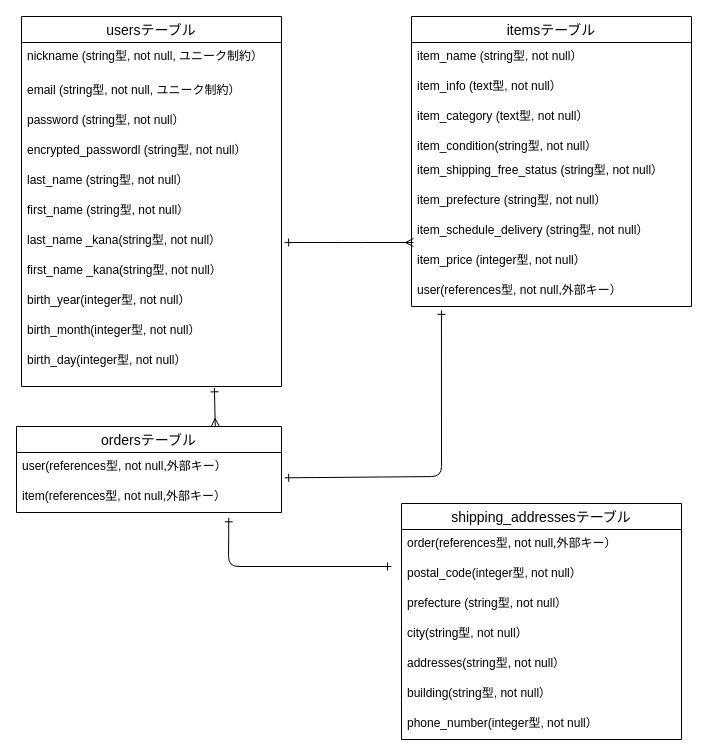
This is furima.dio from kyoko-u/furima-40461, a draw.io file, before an edit. Source tidied: cells renumbered, new cells numbered last; positions are measured from the earlier drawing's top-left corner, leaving out a move shared by most shapes. Both pictures are drawn from the tidied source at 100%, with x=0, y=0 at pixel (16, 16).
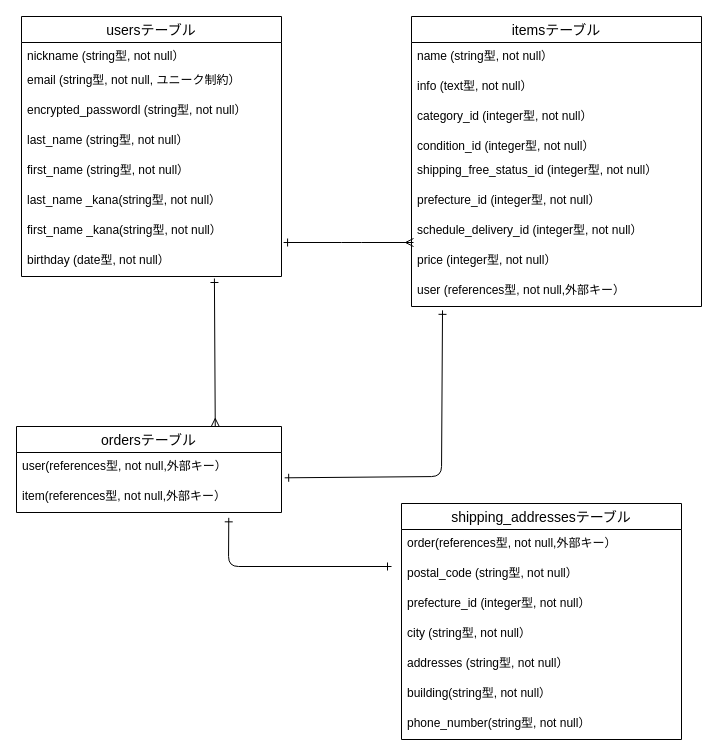
After the change.

Commit message (it also covers changes not shown here):
データベース設計。修正

Unchanged cells that the change refers to:
```xml
<mxCell id="3" value="ordersテーブル" style="swimlane;fontStyle=0;horizontal=1;startSize=26;align=center;fontSize=14;" parent="1" vertex="1">
  <mxGeometry y="410" width="265" height="86" as="geometry" />
</mxCell>
<mxCell id="23" value="shipping_addressesテーブル" style="swimlane;fontStyle=0;horizontal=1;startSize=26;align=center;fontSize=14;" parent="1" vertex="1">
  <mxGeometry x="385" y="487" width="280" height="236" as="geometry" />
</mxCell>
```

The edit, as a diff of the source:
```diff
@@
-    <mxCell id="2" style="edgeStyle=none;html=1;exitX=0.75;exitY=0;exitDx=0;exitDy=0;entryX=0.742;entryY=1.007;entryDx=0;entryDy=0;entryPerimeter=0;startArrow=ERmany;startFill=0;endArrow=ERone;endFill=0;" parent="1" edge="1" source="3" target="12">
+    <mxCell id="2" style="edgeStyle=none;html=1;exitX=0.75;exitY=0;exitDx=0;exitDy=0;entryX=0.742;entryY=1.067;entryDx=0;entryDy=0;entryPerimeter=0;startArrow=ERmany;startFill=0;endArrow=ERone;endFill=0;" parent="1" edge="1" source="3" target="39">
       <mxGeometry relative="1" as="geometry" />
     </mxCell>
@@
     <mxCell id="6" value="usersテーブル" style="swimlane;fontStyle=0;horizontal=1;startSize=26;align=center;fontSize=14;" parent="1" vertex="1">
-      <mxGeometry x="5" width="260" height="370" as="geometry" />
+      <mxGeometry x="5" width="260" height="260" as="geometry" />
     </mxCell>
-    <mxCell id="7" value="nickname (string型, not null, ユニーク制約）" style="text;strokeColor=none;fillColor=none;spacingLeft=4;spacingRight=4;overflow=hidden;fontSize=12;" parent="6" vertex="1">
-      <mxGeometry y="26" width="260" height="34" as="geometry" />
+    <mxCell id="7" value="nickname (string型, not null）" style="text;strokeColor=none;fillColor=none;spacingLeft=4;spacingRight=4;overflow=hidden;fontSize=12;" parent="6" vertex="1">
+      <mxGeometry y="26" width="260" height="24" as="geometry" />
     </mxCell>
     <mxCell id="8" value="email (string型, not null, ユニーク制約）" style="text;strokeColor=none;fillColor=none;spacingLeft=4;spacingRight=4;overflow=hidden;fontSize=12;" parent="6" vertex="1">
-      <mxGeometry y="60" width="260" height="30" as="geometry" />
+      <mxGeometry y="50" width="260" height="30" as="geometry" />
     </mxCell>
-    <mxCell id="9" value="password (string型, not null）&#10;" style="text;strokeColor=none;fillColor=none;spacingLeft=4;spacingRight=4;overflow=hidden;fontSize=12;" parent="6" vertex="1">
-      <mxGeometry y="90" width="260" height="30" as="geometry" />
-    </mxCell>
     <mxCell id="10" value="encrypted_passwordl (string型, not null）&#10;" style="text;strokeColor=none;fillColor=none;spacingLeft=4;spacingRight=4;overflow=hidden;fontSize=12;" parent="6" vertex="1">
-      <mxGeometry y="120" width="260" height="30" as="geometry" />
+      <mxGeometry y="80" width="260" height="30" as="geometry" />
     </mxCell>
     <mxCell id="11" value="last_name (string型, not null）&#10;" style="text;strokeColor=none;fillColor=none;spacingLeft=4;spacingRight=4;overflow=hidden;fontSize=12;" parent="6" vertex="1">
-      <mxGeometry y="150" width="260" height="30" as="geometry" />
+      <mxGeometry y="110" width="260" height="30" as="geometry" />
     </mxCell>
-    <mxCell id="12" value="first_name (string型, not null）&#10;" style="text;strokeColor=none;fillColor=none;spacingLeft=4;spacingRight=4;overflow=hidden;points=[[0,0.5],[1,0.5]];portConstraint=eastwest;fontSize=12;" parent="6" vertex="1">
-      <mxGeometry y="180" width="260" height="190" as="geometry" />
+    <mxCell id="12" value="first_name (string型, not null）" style="text;strokeColor=none;fillColor=none;spacingLeft=4;spacingRight=4;overflow=hidden;points=[[0,0.5],[1,0.5]];portConstraint=eastwest;fontSize=12;" parent="6" vertex="1">
+      <mxGeometry y="140" width="260" height="30" as="geometry" />
     </mxCell>
+    <mxCell id="32" value="last_name _kana(string型, not null）&#10;" style="text;strokeColor=none;fillColor=none;spacingLeft=4;spacingRight=4;overflow=hidden;fontSize=12;" parent="6" vertex="1">
+      <mxGeometry y="170" width="260" height="30" as="geometry" />
+    </mxCell>
+    <mxCell id="33" value="first_name _kana(string型, not null）&#10;" style="text;strokeColor=none;fillColor=none;spacingLeft=4;spacingRight=4;overflow=hidden;points=[[0,0.5],[1,0.5]];portConstraint=eastwest;fontSize=12;" parent="6" vertex="1">
+      <mxGeometry y="200" width="260" height="30" as="geometry" />
+    </mxCell>
+    <mxCell id="39" value="birthday (date型, not null）&#10;" style="text;strokeColor=none;fillColor=none;spacingLeft=4;spacingRight=4;overflow=hidden;points=[[0,0.5],[1,0.5]];portConstraint=eastwest;fontSize=12;" parent="6" vertex="1">
+      <mxGeometry y="230" width="260" height="30" as="geometry" />
+    </mxCell>
     <mxCell id="13" value="itemsテーブル" style="swimlane;fontStyle=0;horizontal=1;startSize=26;align=center;fontSize=14;" parent="1" vertex="1">
-      <mxGeometry x="395" width="280" height="290" as="geometry" />
+      <mxGeometry x="395" width="290" height="290" as="geometry" />
     </mxCell>
-    <mxCell id="14" value="item_name (string型, not null）&#10;  " style="text;strokeColor=none;fillColor=none;spacingLeft=4;spacingRight=4;overflow=hidden;fontSize=12;" parent="13" vertex="1">
-      <mxGeometry y="26" width="280" height="30" as="geometry" />
+    <mxCell id="14" value="name (string型, not null）&#10;  " style="text;strokeColor=none;fillColor=none;spacingLeft=4;spacingRight=4;overflow=hidden;fontSize=12;" parent="13" vertex="1">
+      <mxGeometry y="26" width="290" height="30" as="geometry" />
     </mxCell>
-    <mxCell id="15" value="item_info (text型, not null）&#10;  " style="text;strokeColor=none;fillColor=none;spacingLeft=4;spacingRight=4;overflow=hidden;fontSize=12;" parent="13" vertex="1">
-      <mxGeometry y="56" width="280" height="30" as="geometry" />
+    <mxCell id="15" value="info (text型, not null）&#10;  " style="text;strokeColor=none;fillColor=none;spacingLeft=4;spacingRight=4;overflow=hidden;fontSize=12;" parent="13" vertex="1">
+      <mxGeometry y="56" width="290" height="30" as="geometry" />
     </mxCell>
-    <mxCell id="16" value="item_category (text型, not null）&#10;  " style="text;strokeColor=none;fillColor=none;spacingLeft=4;spacingRight=4;overflow=hidden;fontSize=12;glass=0;sketch=1;" parent="13" vertex="1">
-      <mxGeometry y="86" width="280" height="30" as="geometry" />
+    <mxCell id="16" value="category_id (integer型, not null）&#10;  " style="text;strokeColor=none;fillColor=none;spacingLeft=4;spacingRight=4;overflow=hidden;fontSize=12;glass=0;sketch=1;" parent="13" vertex="1">
+      <mxGeometry y="86" width="290" height="30" as="geometry" />
     </mxCell>
-    <mxCell id="17" value="item_condition(string型, not null）&#10;  " style="text;strokeColor=none;fillColor=none;spacingLeft=4;spacingRight=4;overflow=hidden;fontSize=12;" parent="13" vertex="1">
-      <mxGeometry y="116" width="280" height="24" as="geometry" />
+    <mxCell id="17" value="condition_id (integer型, not null）&#10;  " style="text;strokeColor=none;fillColor=none;spacingLeft=4;spacingRight=4;overflow=hidden;fontSize=12;" parent="13" vertex="1">
+      <mxGeometry y="116" width="290" height="24" as="geometry" />
     </mxCell>
-    <mxCell id="18" value="item_shipping_free_status (string型, not null）&#10;  " style="text;strokeColor=none;fillColor=none;spacingLeft=4;spacingRight=4;overflow=hidden;fontSize=12;" parent="13" vertex="1">
-      <mxGeometry y="140" width="280" height="30" as="geometry" />
+    <mxCell id="18" value="shipping_free_status_id (integer型, not null）&#10;  " style="text;strokeColor=none;fillColor=none;spacingLeft=4;spacingRight=4;overflow=hidden;fontSize=12;" parent="13" vertex="1">
+      <mxGeometry y="140" width="290" height="30" as="geometry" />
     </mxCell>
-    <mxCell id="19" value="item_prefecture (string型, not null）&#10;  " style="text;strokeColor=none;fillColor=none;spacingLeft=4;spacingRight=4;overflow=hidden;fontSize=12;" parent="13" vertex="1">
-      <mxGeometry y="170" width="280" height="30" as="geometry" />
+    <mxCell id="19" value="prefecture_id (integer型, not null）&#10;  " style="text;strokeColor=none;fillColor=none;spacingLeft=4;spacingRight=4;overflow=hidden;fontSize=12;" parent="13" vertex="1">
+      <mxGeometry y="170" width="290" height="30" as="geometry" />
     </mxCell>
-    <mxCell id="20" value="item_schedule_delivery (string型, not null）&#10;  " style="text;strokeColor=none;fillColor=none;spacingLeft=4;spacingRight=4;overflow=hidden;points=[[0,0.5],[1,0.5]];portConstraint=eastwest;fontSize=12;" parent="13" vertex="1">
-      <mxGeometry y="200" width="280" height="30" as="geometry" />
+    <mxCell id="20" value="schedule_delivery_id (integer型, not null）&#10;  " style="text;strokeColor=none;fillColor=none;spacingLeft=4;spacingRight=4;overflow=hidden;points=[[0,0.5],[1,0.5]];portConstraint=eastwest;fontSize=12;" parent="13" vertex="1">
+      <mxGeometry y="200" width="290" height="30" as="geometry" />
     </mxCell>
-    <mxCell id="21" value="item_price (integer型, not null）&#10;  " style="text;strokeColor=none;fillColor=none;spacingLeft=4;spacingRight=4;overflow=hidden;fontSize=12;" parent="13" vertex="1">
-      <mxGeometry y="230" width="280" height="30" as="geometry" />
+    <mxCell id="21" value="price (integer型, not null）&#10;  " style="text;strokeColor=none;fillColor=none;spacingLeft=4;spacingRight=4;overflow=hidden;fontSize=12;" parent="13" vertex="1">
+      <mxGeometry y="230" width="290" height="30" as="geometry" />
     </mxCell>
-    <mxCell id="22" value="user(references型, not null,外部キー）&#10;  " style="text;strokeColor=none;fillColor=none;spacingLeft=4;spacingRight=4;overflow=hidden;points=[[0,0.5],[1,0.5]];portConstraint=eastwest;fontSize=12;" parent="13" vertex="1">
-      <mxGeometry y="260" width="280" height="30" as="geometry" />
+    <mxCell id="22" value="user (references型, not null,外部キー）&#10;  " style="text;strokeColor=none;fillColor=none;spacingLeft=4;spacingRight=4;overflow=hidden;points=[[0,0.5],[1,0.5]];portConstraint=eastwest;fontSize=12;" parent="13" vertex="1">
+      <mxGeometry y="260" width="290" height="30" as="geometry" />
     </mxCell>
@@
-    <mxCell id="25" value="postal_code(integer型, not null）" style="text;strokeColor=none;fillColor=none;spacingLeft=4;spacingRight=4;overflow=hidden;fontSize=12;" parent="23" vertex="1">
+    <mxCell id="25" value="postal_code (string型, not null）" style="text;strokeColor=none;fillColor=none;spacingLeft=4;spacingRight=4;overflow=hidden;fontSize=12;" parent="23" vertex="1">
       <mxGeometry y="56" width="280" height="30" as="geometry" />
     </mxCell>
-    <mxCell id="26" value="prefecture (string型, not null）&#10;  " style="text;strokeColor=none;fillColor=none;spacingLeft=4;spacingRight=4;overflow=hidden;fontSize=12;" parent="23" vertex="1">
+    <mxCell id="26" value="prefecture_id (integer型, not null）&#10;  " style="text;strokeColor=none;fillColor=none;spacingLeft=4;spacingRight=4;overflow=hidden;fontSize=12;" parent="23" vertex="1">
       <mxGeometry y="86" width="280" height="30" as="geometry" />
     </mxCell>
-    <mxCell id="27" value="city(string型, not null）" style="text;strokeColor=none;fillColor=none;spacingLeft=4;spacingRight=4;overflow=hidden;fontSize=12;" parent="23" vertex="1">
+    <mxCell id="27" value="city (string型, not null）" style="text;strokeColor=none;fillColor=none;spacingLeft=4;spacingRight=4;overflow=hidden;fontSize=12;" parent="23" vertex="1">
       <mxGeometry y="116" width="280" height="30" as="geometry" />
     </mxCell>
-    <mxCell id="28" value="addresses(string型, not null）" style="text;strokeColor=none;fillColor=none;spacingLeft=4;spacingRight=4;overflow=hidden;fontSize=12;" parent="23" vertex="1">
+    <mxCell id="28" value="addresses (string型, not null）" style="text;strokeColor=none;fillColor=none;spacingLeft=4;spacingRight=4;overflow=hidden;fontSize=12;" parent="23" vertex="1">
       <mxGeometry y="146" width="280" height="30" as="geometry" />
     </mxCell>
@@
-    <mxCell id="30" value="phone_number(integer型, not null）" style="text;strokeColor=none;fillColor=none;spacingLeft=4;spacingRight=4;overflow=hidden;fontSize=12;" parent="23" vertex="1">
+    <mxCell id="30" value="phone_number(string型, not null）" style="text;strokeColor=none;fillColor=none;spacingLeft=4;spacingRight=4;overflow=hidden;fontSize=12;" parent="23" vertex="1">
       <mxGeometry y="206" width="280" height="30" as="geometry" />
     </mxCell>
-    <mxCell id="31" style="edgeStyle=none;html=1;entryX=0.007;entryY=0.867;entryDx=0;entryDy=0;entryPerimeter=0;startArrow=ERone;startFill=0;endArrow=ERmany;endFill=0;exitX=1.012;exitY=0.242;exitDx=0;exitDy=0;exitPerimeter=0;" parent="1" edge="1" source="12" target="20">
+    <mxCell id="31" style="edgeStyle=none;html=1;entryX=0.007;entryY=0.867;entryDx=0;entryDy=0;entryPerimeter=0;startArrow=ERone;startFill=0;endArrow=ERmany;endFill=0;exitX=1.008;exitY=0.867;exitDx=0;exitDy=0;exitPerimeter=0;" parent="1" edge="1" source="33" target="20">
       <mxGeometry relative="1" as="geometry">
         <Array as="points">
           <mxPoint x="335" y="226" />
         </Array>
       </mxGeometry>
     </mxCell>
-    <mxCell id="32" value="last_name _kana(string型, not null）&#10;" style="text;strokeColor=none;fillColor=none;spacingLeft=4;spacingRight=4;overflow=hidden;fontSize=12;" parent="1" vertex="1">
-      <mxGeometry x="5" y="210" width="250" height="30" as="geometry" />
-    </mxCell>
-    <mxCell id="33" value="first_name _kana(string型, not null）&#10;" style="text;strokeColor=none;fillColor=none;spacingLeft=4;spacingRight=4;overflow=hidden;points=[[0,0.5],[1,0.5]];portConstraint=eastwest;fontSize=12;" parent="1" vertex="1">
-      <mxGeometry x="5" y="240" width="250" height="30" as="geometry" />
-    </mxCell>
-    <mxCell id="34" value="birth_month(integer型, not null）&#10;" style="text;strokeColor=none;fillColor=none;spacingLeft=4;spacingRight=4;overflow=hidden;fontSize=12;" parent="1" vertex="1">
-      <mxGeometry x="5" y="300" width="250" height="30" as="geometry" />
-    </mxCell>
-    <mxCell id="35" value="birth_year(integer型, not null）&#10;" style="text;strokeColor=none;fillColor=none;spacingLeft=4;spacingRight=4;overflow=hidden;fontSize=12;" parent="1" vertex="1">
-      <mxGeometry x="5" y="270" width="250" height="30" as="geometry" />
-    </mxCell>
-    <mxCell id="36" value="birth_day(integer型, not null）&#10;" style="text;strokeColor=none;fillColor=none;spacingLeft=4;spacingRight=4;overflow=hidden;fontSize=12;" parent="1" vertex="1">
-      <mxGeometry x="5" y="330" width="250" height="30" as="geometry" />
-    </mxCell>
```
